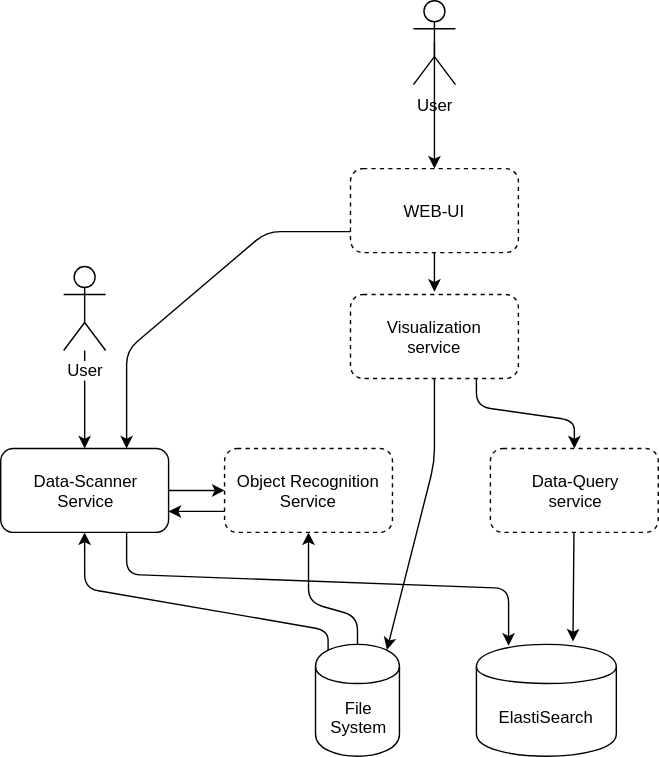
jveverka/data-lab keeps this draw.io diagram as docs/architecture-01.svg. Above is the earlier version. Source tidied: cells renumbered, new cells last; positions are measured from the earlier drawing's top-left corner, leaving out a move shared by most shapes.
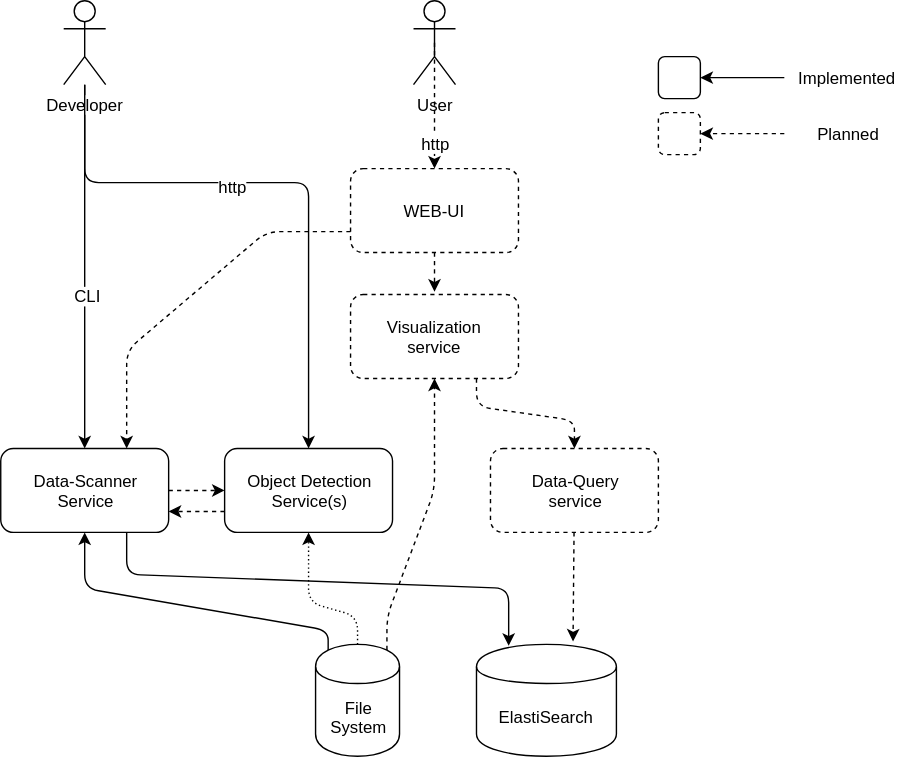
The same file after the commit.

Diff of the diagram source:
```diff
@@ -30,19 +30,22 @@
     <mxCell id="7" style="edgeStyle=orthogonalEdgeStyle;rounded=0;jettySize=auto;html=1;entryX=0.5;entryY=0;entryDx=0;entryDy=0;" parent="1" edge="1" source="8" target="2">
       <mxGeometry relative="1" as="geometry" />
     </mxCell>
+    <mxCell id="23" value="CLI" style="text;html=1;align=center;verticalAlign=middle;labelBackgroundColor=#ffffff;" parent="7" vertex="1">
+      <mxGeometry x="0.15" y="2" relative="1" as="geometry" />
+    </mxCell>
-    <mxCell id="8" value="User" style="shape=umlActor;verticalLabelPosition=bottom;labelBackgroundColor=#ffffff;verticalAlign=top;html=1;outlineConnect=0;" parent="1" vertex="1">
-      <mxGeometry x="45" y="190" width="30" height="60" as="geometry" />
+    <mxCell id="8" value="Developer" style="shape=umlActor;verticalLabelPosition=bottom;labelBackgroundColor=#ffffff;verticalAlign=top;html=1;outlineConnect=0;" parent="1" vertex="1">
+      <mxGeometry x="45" width="30" height="60" as="geometry" />
     </mxCell>
     <mxCell id="9" value="Data-Query&lt;br&gt;service" style="rounded=1;whiteSpace=wrap;html=1;dashed=1;" parent="1" vertex="1">
       <mxGeometry x="350" y="320" width="120" height="60" as="geometry" />
     </mxCell>
-    <mxCell id="10" style="endArrow=classic;html=1;entryX=0.69;entryY=-0.025;entryDx=0;entryDy=0;entryPerimeter=0;" parent="1" edge="1" source="9" target="5">
+    <mxCell id="10" style="endArrow=classic;html=1;entryX=0.69;entryY=-0.025;entryDx=0;entryDy=0;entryPerimeter=0;dashed=1;" parent="1" edge="1" source="9" target="5">
       <mxGeometry relative="1" as="geometry" />
     </mxCell>
     <mxCell id="11" value="Visualization&lt;br&gt;service" style="rounded=1;whiteSpace=wrap;html=1;dashed=1;" parent="1" vertex="1">
       <mxGeometry x="250" y="210" width="120" height="60" as="geometry" />
     </mxCell>
-    <mxCell id="12" style="endArrow=classic;html=1;exitX=0.75;exitY=1;exitDx=0;exitDy=0;entryX=0.5;entryY=0;entryDx=0;entryDy=0;" parent="1" edge="1" source="11" target="9">
+    <mxCell id="12" style="endArrow=classic;html=1;exitX=0.75;exitY=1;exitDx=0;exitDy=0;entryX=0.5;entryY=0;entryDx=0;entryDy=0;dashed=1;" parent="1" edge="1" source="11" target="9">
       <mxGeometry relative="1" as="geometry">
         <Array as="points">
           <mxPoint x="340" y="290" />
@@ -50,17 +53,10 @@
         </Array>
       </mxGeometry>
     </mxCell>
-    <mxCell id="13" style="endArrow=classic;html=1;entryX=0.85;entryY=0.05;entryDx=0;entryDy=0;entryPerimeter=0;" parent="1" edge="1" source="11" target="3">
-      <mxGeometry relative="1" as="geometry">
-        <Array as="points">
-          <mxPoint x="310" y="330" />
-        </Array>
-      </mxGeometry>
-    </mxCell>
-    <mxCell id="14" value="Object Recognition&lt;br&gt;Service" style="rounded=1;whiteSpace=wrap;html=1;dashed=1;" parent="1" vertex="1">
+    <mxCell id="14" value="Object Detection&lt;br&gt;Service(s)" style="rounded=1;whiteSpace=wrap;html=1;" parent="1" vertex="1">
       <mxGeometry x="160" y="320" width="120" height="60" as="geometry" />
     </mxCell>
-    <mxCell id="15" style="endArrow=classic;html=1;entryX=0;entryY=0.5;entryDx=0;entryDy=0;exitX=1;exitY=0.5;exitDx=0;exitDy=0;" parent="1" edge="1" source="2" target="14">
+    <mxCell id="15" style="endArrow=classic;html=1;entryX=0;entryY=0.5;entryDx=0;entryDy=0;exitX=1;exitY=0.5;exitDx=0;exitDy=0;dashed=1;" parent="1" edge="1" source="2" target="14">
       <mxGeometry relative="1" as="geometry" />
     </mxCell>
     <mxCell id="16" value="User" style="shape=umlActor;verticalLabelPosition=bottom;labelBackgroundColor=#ffffff;verticalAlign=top;html=1;" parent="1" vertex="1">
@@ -69,17 +65,20 @@
     <mxCell id="17" value="WEB-UI" style="rounded=1;whiteSpace=wrap;html=1;dashed=1;" parent="1" vertex="1">
       <mxGeometry x="250" y="120" width="120" height="60" as="geometry" />
     </mxCell>
-    <mxCell id="18" style="endArrow=classic;html=1;entryX=0.5;entryY=0;entryDx=0;entryDy=0;" parent="1" edge="1" target="17">
+    <mxCell id="18" style="endArrow=classic;html=1;entryX=0.5;entryY=0;entryDx=0;entryDy=0;dashed=1;" parent="1" edge="1" target="17">
       <mxGeometry relative="1" as="geometry">
         <mxPoint x="310" y="30" as="sourcePoint" />
       </mxGeometry>
     </mxCell>
+    <mxCell id="24" value="http" style="text;html=1;align=center;verticalAlign=middle;labelBackgroundColor=#ffffff;" parent="18" vertex="1">
+      <mxGeometry x="0.58" relative="1" as="geometry" />
+    </mxCell>
-    <mxCell id="19" style="endArrow=classic;html=1;exitX=0.5;exitY=1;exitDx=0;exitDy=0;" parent="1" edge="1" source="17">
+    <mxCell id="19" style="endArrow=classic;html=1;exitX=0.5;exitY=1;exitDx=0;exitDy=0;dashed=1;" parent="1" edge="1" source="17">
       <mxGeometry relative="1" as="geometry">
         <mxPoint x="310" y="208" as="targetPoint" />
       </mxGeometry>
     </mxCell>
-    <mxCell id="20" style="endArrow=classic;html=1;entryX=0.5;entryY=1;entryDx=0;entryDy=0;exitX=0.5;exitY=0;exitDx=0;exitDy=0;" parent="1" edge="1" source="3" target="14">
+    <mxCell id="20" style="endArrow=classic;html=1;entryX=0.5;entryY=1;entryDx=0;entryDy=0;exitX=0.5;exitY=0;exitDx=0;exitDy=0;dashed=1;dashPattern=1 2;" parent="1" edge="1" source="3" target="14">
       <mxGeometry relative="1" as="geometry">
         <Array as="points">
           <mxPoint x="255" y="440" />
@@ -87,7 +86,7 @@
         </Array>
       </mxGeometry>
     </mxCell>
-    <mxCell id="21" style="endArrow=classic;html=1;entryX=0.75;entryY=0;entryDx=0;entryDy=0;exitX=0;exitY=0.75;exitDx=0;exitDy=0;" parent="1" edge="1" source="17" target="2">
+    <mxCell id="21" style="endArrow=classic;html=1;entryX=0.75;entryY=0;entryDx=0;entryDy=0;exitX=0;exitY=0.75;exitDx=0;exitDy=0;dashed=1;" parent="1" edge="1" source="17" target="2">
       <mxGeometry relative="1" as="geometry">
         <Array as="points">
           <mxPoint x="190" y="165" />
@@ -95,8 +94,50 @@
         </Array>
       </mxGeometry>
     </mxCell>
-    <mxCell id="22" style="endArrow=classic;html=1;entryX=1;entryY=0.75;entryDx=0;entryDy=0;exitX=0;exitY=0.75;exitDx=0;exitDy=0;" parent="1" edge="1" source="14" target="2">
+    <mxCell id="22" style="endArrow=classic;html=1;entryX=1;entryY=0.75;entryDx=0;entryDy=0;exitX=0;exitY=0.75;exitDx=0;exitDy=0;dashed=1;" parent="1" edge="1" source="14" target="2">
       <mxGeometry relative="1" as="geometry" />
     </mxCell>
+    <mxCell id="25" style="endArrow=classic;html=1;entryX=0.5;entryY=0;entryDx=0;entryDy=0;" parent="1" edge="1" target="14">
+      <mxGeometry relative="1" as="geometry">
+        <mxPoint x="60" y="60" as="sourcePoint" />
+        <Array as="points">
+          <mxPoint x="60" y="130" />
+          <mxPoint x="220" y="130" />
+        </Array>
+      </mxGeometry>
+    </mxCell>
+    <mxCell id="26" value="http" style="text;html=1;align=center;verticalAlign=middle;labelBackgroundColor=#ffffff;" parent="25" vertex="1">
+      <mxGeometry x="-0.17" y="-2" relative="1" as="geometry" />
+    </mxCell>
+    <mxCell id="27" style="endArrow=classic;html=1;entryX=0.5;entryY=1;entryDx=0;entryDy=0;exitX=0.85;exitY=0.05;exitDx=0;exitDy=0;exitPerimeter=0;dashed=1;" parent="1" edge="1" source="3" target="11">
+      <mxGeometry relative="1" as="geometry">
+        <Array as="points">
+          <mxPoint x="276" y="440" />
+          <mxPoint x="310" y="350" />
+        </Array>
+      </mxGeometry>
+    </mxCell>
+    <mxCell id="28" style="rounded=1;whiteSpace=wrap;html=1;" parent="1" vertex="1">
+      <mxGeometry x="470" y="40" width="30" height="30" as="geometry" />
+    </mxCell>
+    <mxCell id="29" style="endArrow=classic;html=1;entryX=1;entryY=0.5;entryDx=0;entryDy=0;" parent="1" edge="1" target="28">
+      <mxGeometry relative="1" as="geometry">
+        <mxPoint x="560" y="55" as="sourcePoint" />
+      </mxGeometry>
+    </mxCell>
+    <mxCell id="30" style="rounded=1;whiteSpace=wrap;html=1;dashed=1;" parent="1" vertex="1">
+      <mxGeometry x="470" y="80" width="30" height="30" as="geometry" />
+    </mxCell>
+    <mxCell id="31" style="endArrow=classic;html=1;entryX=1;entryY=0.5;entryDx=0;entryDy=0;dashed=1;" parent="1" edge="1" target="30">
+      <mxGeometry relative="1" as="geometry">
+        <mxPoint x="560" y="95" as="sourcePoint" />
+      </mxGeometry>
+    </mxCell>
+    <mxCell id="32" value="Implemented" style="text;html=1;strokeColor=none;fillColor=none;align=center;verticalAlign=middle;whiteSpace=wrap;rounded=0;dashed=1;" parent="1" vertex="1">
+      <mxGeometry x="560" y="45" width="90" height="20" as="geometry" />
+    </mxCell>
+    <mxCell id="33" value="Planned" style="text;html=1;strokeColor=none;fillColor=none;align=center;verticalAlign=middle;whiteSpace=wrap;rounded=0;dashed=1;" parent="1" vertex="1">
+      <mxGeometry x="560" y="85" width="90" height="20" as="geometry" />
+    </mxCell>
   </root>
 </mxGraphModel>
```
